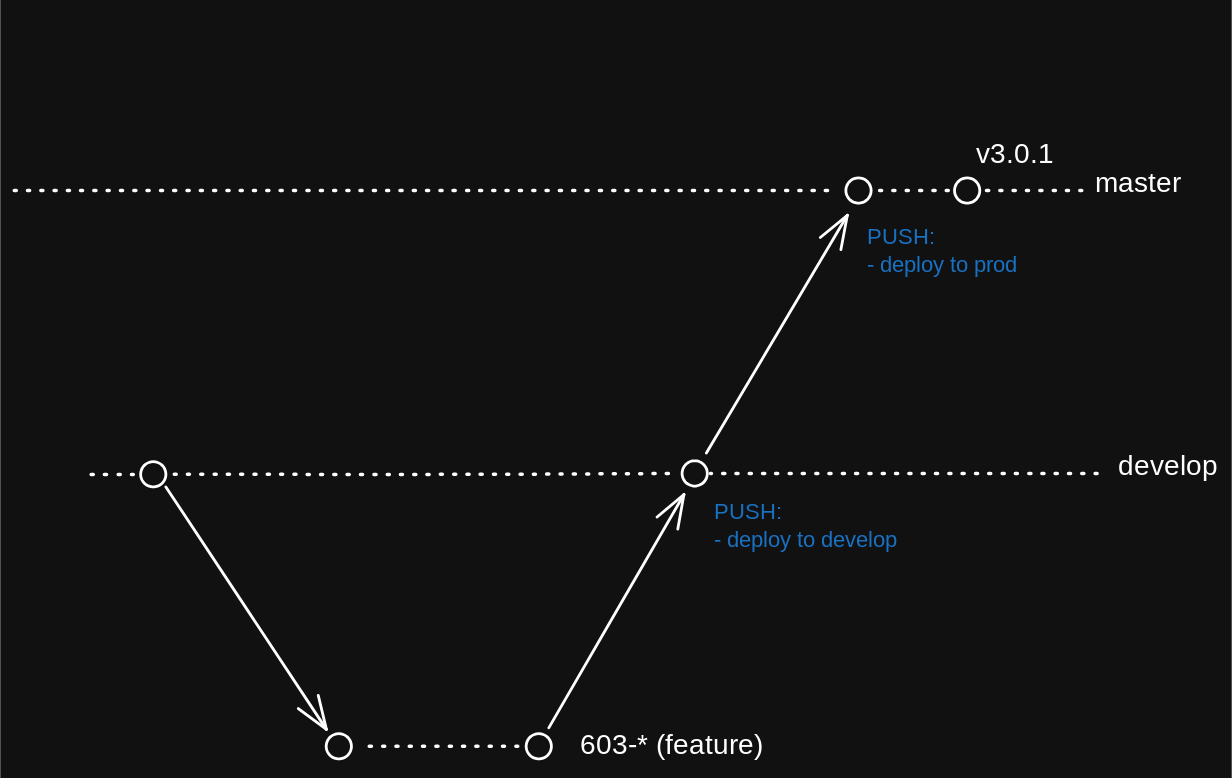
Above: docs/content/development/cd.excalidraw.svg in eslupmi/impulse (Excalidraw), before the change. Source tidied: one line per element, renumbered; positions are measured from the earlier drawing's top-left corner, leaving out a move shared by most shapes.
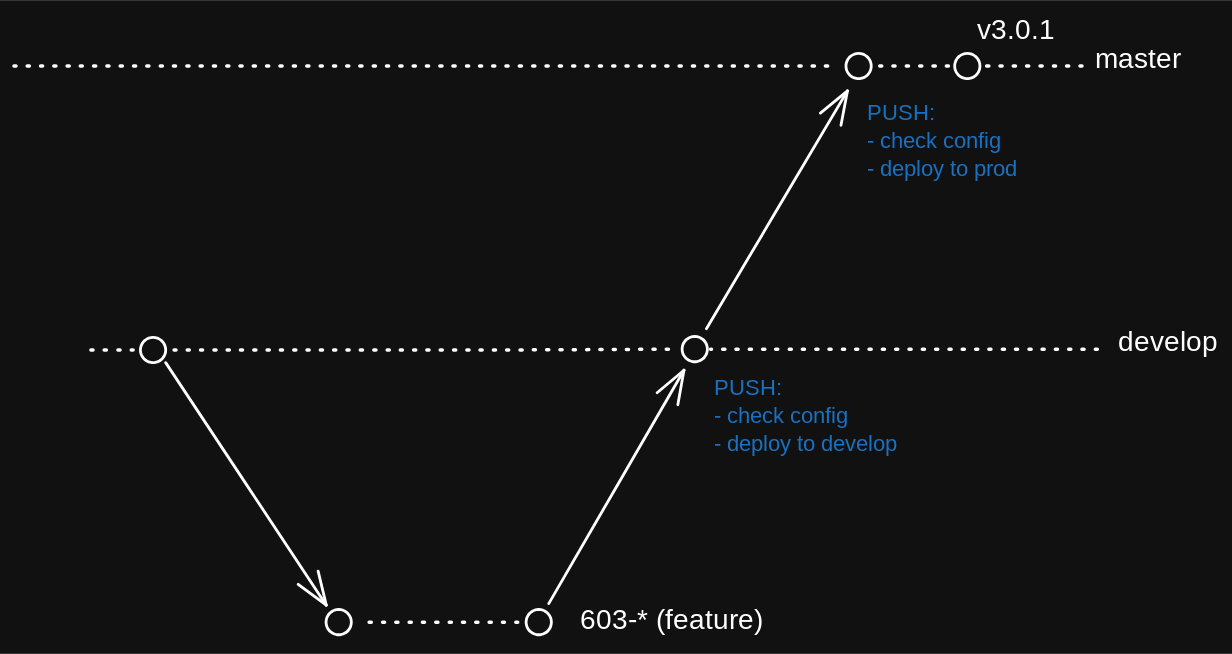
The same diagram one commit later.

Commit message:
Added --check step for dev and prod

What changed in the source:
```diff
@@ -13,10 +13,10 @@
 {"id": 12, "type": "arrow", "strokeColor": "#ffffff", "strokeWidth": 2, "strokeStyle": "dotted", "roughness": 0, "round": true, "from": 10, "to": 8, "x": 360, "y": 434, "width": 113, "height": 0, "points": [[0, 0], [-113, 0]]}
 {"id": 13, "type": "ellipse", "strokeColor": "#ffffff", "strokeWidth": 2, "roughness": 0, "round": true, "x": 672, "y": 28, "width": 18, "height": 18}
 {"id": 14, "type": "text", "text": "v3.0.1", "strokeColor": "#ffffff", "strokeWidth": 2, "roughness": 0, "fontSize": 20, "fontFamily": 5, "x": 687, "y": 0, "width": 55, "height": 25}
-{"id": 15, "type": "text", "text": "PUSH:\n- deploy to develop", "strokeColor": "#1971c2", "strokeWidth": 2, "roughness": 0, "fontSize": 16, "fontFamily": 5, "x": 500, "y": 258, "width": 150, "height": 40}
+{"id": 15, "type": "text", "text": "PUSH:\n- check config\n- deploy to develop", "strokeColor": "#1971c2", "strokeWidth": 2, "roughness": 0, "fontSize": 16, "fontFamily": 5, "x": 500, "y": 258, "width": 150, "height": 60}
 {"id": 16, "type": "ellipse", "strokeColor": "#ffffff", "strokeWidth": 2, "roughness": 0, "round": true, "x": 90, "y": 231, "width": 18, "height": 18}
 {"id": 17, "type": "line", "strokeColor": "#ffffff", "strokeWidth": 2, "strokeStyle": "dotted", "roughness": 0, "round": true, "x": 85, "y": 240, "width": 34, "height": 0, "points": [[0, 0], [-34, 0]]}
 {"id": 18, "type": "line", "strokeColor": "#ffffff", "strokeWidth": 2, "strokeStyle": "dotted", "roughness": 0, "round": true, "x": 667, "y": 37, "width": 53, "height": 0, "points": [[0, 0], [-53, 0]]}
 {"id": 19, "type": "line", "strokeColor": "#ffffff", "strokeWidth": 2, "strokeStyle": "dotted", "roughness": 0, "round": true, "x": 763, "y": 37, "width": 73, "height": 0, "points": [[0, 0], [-73, 0]]}
 {"id": 20, "type": "line", "strokeColor": "#ffffff", "strokeWidth": 2, "strokeStyle": "dotted", "roughness": 0, "round": true, "x": 774, "y": 239, "width": 276, "height": 0, "points": [[0, 0], [-276, 0]]}
-{"id": 21, "type": "text", "text": "PUSH:\n- deploy to prod", "strokeColor": "#1971c2", "strokeWidth": 2, "roughness": 0, "fontSize": 16, "fontFamily": 5, "x": 609, "y": 61, "width": 127, "height": 40}
+{"id": 21, "type": "text", "text": "PUSH:\n- check config\n- deploy to prod", "strokeColor": "#1971c2", "strokeWidth": 2, "roughness": 0, "fontSize": 16, "fontFamily": 5, "x": 609, "y": 61, "width": 127, "height": 60}
```
